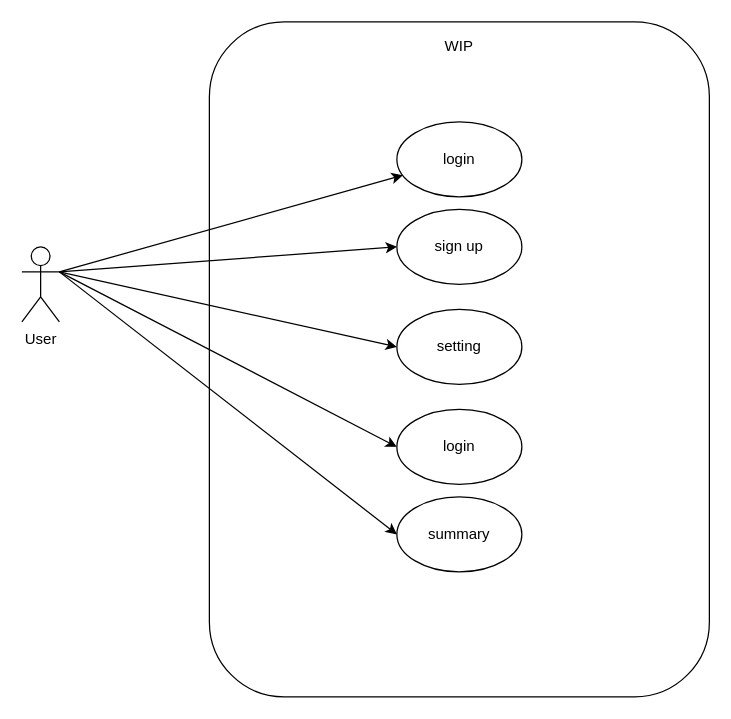
astrrr/Right-posture keeps this draw.io diagram as Usecase.drawio. Above is the earlier version. Source tidied: cells renumbered, new cells numbered last; positions are measured from the earlier drawing's top-left corner, leaving out a move shared by most shapes. Both pictures are drawn from the tidied source at 125%, with x=0, y=0 at pixel (21, 21).
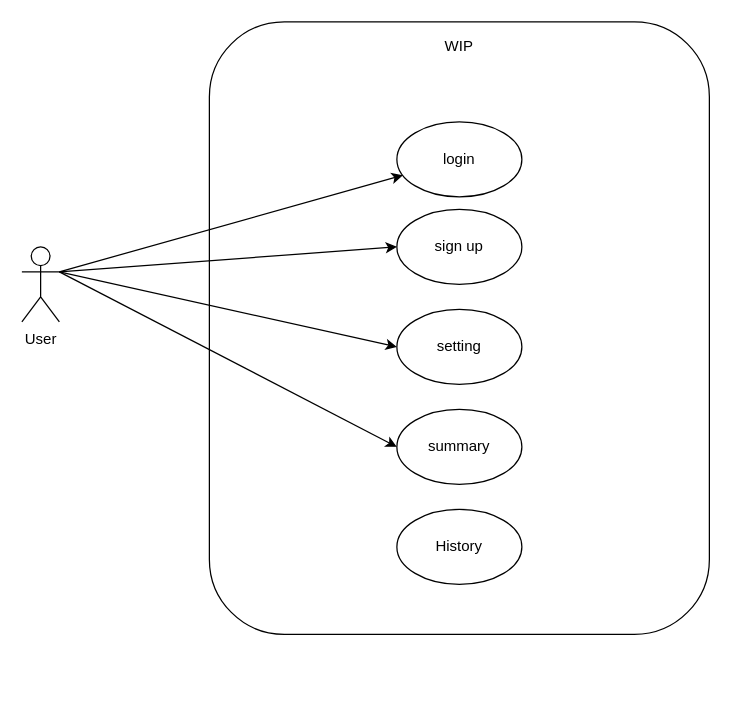
The same page after the edit.

Diff of the diagram source:
```diff
@@
 <mxGraphModel>
   <root>
     <mxCell id="0" />
     <mxCell id="1" parent="0" />
     <mxCell id="2" value="User&lt;br&gt;" style="shape=umlActor;verticalLabelPosition=bottom;verticalAlign=top;html=1;outlineConnect=0;" parent="1" vertex="1">
       <mxGeometry y="180" width="30" height="60" as="geometry" />
     </mxCell>
     <mxCell id="3" style="whiteSpace=wrap;html=1;rounded=1;imageAspect=1;" parent="1" vertex="1">
-      <mxGeometry x="150" width="400" height="540" as="geometry" />
+      <mxGeometry x="150" width="400" height="490" as="geometry" />
     </mxCell>
     <mxCell id="4" value="login" style="ellipse;whiteSpace=wrap;html=1;" parent="1" vertex="1">
       <mxGeometry x="300" y="80" width="100" height="60" as="geometry" />
     </mxCell>
     <mxCell id="5" value="WIP" style="text;html=1;strokeColor=none;fillColor=none;align=center;verticalAlign=middle;whiteSpace=wrap;rounded=0;" parent="1" vertex="1">
       <mxGeometry x="295" y="10" width="110" height="20" as="geometry" />
     </mxCell>
     <mxCell id="6" value="sign up" style="ellipse;whiteSpace=wrap;html=1;" parent="1" vertex="1">
       <mxGeometry x="300" y="150" width="100" height="60" as="geometry" />
     </mxCell>
     <mxCell id="7" value="setting" style="ellipse;whiteSpace=wrap;html=1;" parent="1" vertex="1">
       <mxGeometry x="300" y="230" width="100" height="60" as="geometry" />
     </mxCell>
-    <mxCell id="8" value="login" style="ellipse;whiteSpace=wrap;html=1;" parent="1" vertex="1">
-      <mxGeometry x="300" y="310" width="100" height="60" as="geometry" />
-    </mxCell>
     <mxCell id="9" value="summary" style="ellipse;whiteSpace=wrap;html=1;" parent="1" vertex="1">
-      <mxGeometry x="300" y="380" width="100" height="60" as="geometry" />
+      <mxGeometry x="300" y="310" width="100" height="60" as="geometry" />
     </mxCell>
     <mxCell id="10" style="rounded=0;jettySize=auto;html=1;exitX=1;exitY=0.3333333333333333;exitDx=0;exitDy=0;exitPerimeter=0;" parent="1" edge="1" source="2" target="4">
       <mxGeometry relative="1" as="geometry" />
     </mxCell>
     <mxCell id="11" style="edgeStyle=none;rounded=0;jettySize=auto;html=1;exitX=1;exitY=0.3333333333333333;exitDx=0;exitDy=0;exitPerimeter=0;entryX=0;entryY=0.5;entryDx=0;entryDy=0;" parent="1" edge="1" source="2" target="6">
       <mxGeometry relative="1" as="geometry" />
     </mxCell>
     <mxCell id="12" style="edgeStyle=none;rounded=0;jettySize=auto;html=1;exitX=1;exitY=0.3333333333333333;exitDx=0;exitDy=0;exitPerimeter=0;entryX=0;entryY=0.5;entryDx=0;entryDy=0;" parent="1" edge="1" source="2" target="7">
       <mxGeometry relative="1" as="geometry" />
     </mxCell>
-    <mxCell id="13" style="edgeStyle=none;rounded=0;jettySize=auto;html=1;exitX=1;exitY=0.3333333333333333;exitDx=0;exitDy=0;exitPerimeter=0;entryX=0;entryY=0.5;entryDx=0;entryDy=0;" parent="1" edge="1" source="2" target="8">
-      <mxGeometry relative="1" as="geometry" />
-    </mxCell>
     <mxCell id="14" style="edgeStyle=none;rounded=0;jettySize=auto;html=1;exitX=1;exitY=0.3333333333333333;exitDx=0;exitDy=0;exitPerimeter=0;entryX=0;entryY=0.5;entryDx=0;entryDy=0;" parent="1" edge="1" source="2" target="9">
       <mxGeometry relative="1" as="geometry" />
     </mxCell>
+    <mxCell id="15" value="History" style="ellipse;whiteSpace=wrap;html=1;" parent="1" vertex="1">
+      <mxGeometry x="300" y="390" width="100" height="60" as="geometry" />
+    </mxCell>
   </root>
 </mxGraphModel>
```
